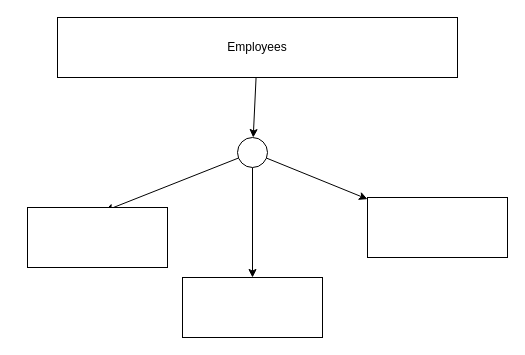
Above: Untitled Diagram.drawio in justrayn/test (draw.io), before the change. Source tidied: cells renumbered, new cells numbered last; positions are measured from the earlier drawing's top-left corner, leaving out a move shared by most shapes. Both pictures are drawn from the tidied source at 100%, with x=0, y=0 at pixel (27, 17).
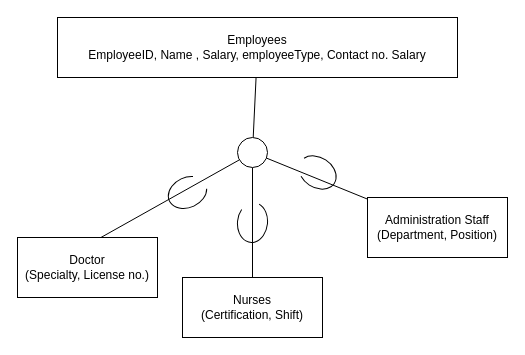
The same page after the edit.

Change to the diagram source:
```diff
@@
 <mxGraphModel>
   <root>
     <mxCell id="0" />
     <mxCell id="1" parent="0" />
-    <mxCell id="2" style="rounded=0;jettySize=auto;html=1;" parent="1" edge="1" source="3" target="7">
+    <mxCell id="2" style="rounded=0;jettySize=auto;html=1;endArrow=none;startFill=0;" parent="1" edge="1" source="3" target="7">
       <mxGeometry relative="1" as="geometry" />
     </mxCell>
-    <mxCell id="3" value="Employees" style="rounded=0;whiteSpace=wrap;html=1;" parent="1" vertex="1">
+    <mxCell id="3" value="Employees&lt;div&gt;EmployeeID, Name , Salary, employeeType, Contact no. Salary&lt;/div&gt;" style="rounded=0;whiteSpace=wrap;html=1;" parent="1" vertex="1">
       <mxGeometry x="30" width="400" height="60" as="geometry" />
     </mxCell>
-    <mxCell id="4" style="rounded=0;jettySize=auto;html=1;entryX=0.553;entryY=0.056;entryDx=0;entryDy=0;entryPerimeter=0;" parent="1" edge="1" source="7" target="8">
+    <mxCell id="4" style="rounded=0;jettySize=auto;html=1;entryX=0.553;entryY=0.056;entryDx=0;entryDy=0;entryPerimeter=0;endArrow=none;startFill=0;" parent="1" edge="1" source="7" target="8">
       <mxGeometry relative="1" as="geometry" />
     </mxCell>
-    <mxCell id="5" style="rounded=0;jettySize=auto;html=1;" parent="1" edge="1" source="7" target="9">
+    <mxCell id="5" style="rounded=0;jettySize=auto;html=1;endArrow=none;startFill=0;" parent="1" edge="1" source="7" target="9">
       <mxGeometry relative="1" as="geometry" />
     </mxCell>
-    <mxCell id="6" style="rounded=0;jettySize=auto;html=1;" parent="1" edge="1" source="7" target="10">
+    <mxCell id="6" style="rounded=0;jettySize=auto;html=1;endArrow=none;startFill=0;" parent="1" edge="1" source="7" target="10">
       <mxGeometry relative="1" as="geometry" />
     </mxCell>
     <mxCell id="7" style="ellipse;whiteSpace=wrap;html=1;" parent="1" vertex="1">
       <mxGeometry x="210" y="120" width="30" height="30" as="geometry" />
     </mxCell>
-    <mxCell id="8" style="rounded=0;whiteSpace=wrap;html=1;" parent="1" vertex="1">
-      <mxGeometry y="190" width="140" height="60" as="geometry" />
+    <mxCell id="8" value="Doctor&lt;div&gt;(Specialty, License no.)&lt;/div&gt;" style="rounded=0;whiteSpace=wrap;html=1;" parent="1" vertex="1">
+      <mxGeometry x="-10" y="220" width="140" height="60" as="geometry" />
     </mxCell>
-    <mxCell id="9" style="rounded=0;whiteSpace=wrap;html=1;" parent="1" vertex="1">
+    <mxCell id="9" value="Nurses&lt;div&gt;(Certification, Shift)&lt;/div&gt;" style="rounded=0;whiteSpace=wrap;html=1;" parent="1" vertex="1">
       <mxGeometry x="155" y="260" width="140" height="60" as="geometry" />
     </mxCell>
-    <mxCell id="10" style="rounded=0;whiteSpace=wrap;html=1;" parent="1" vertex="1">
+    <mxCell id="10" value="Administration Staff&lt;div&gt;(Department, Position)&lt;/div&gt;" style="rounded=0;whiteSpace=wrap;html=1;" parent="1" vertex="1">
       <mxGeometry x="340" y="180" width="140" height="60" as="geometry" />
     </mxCell>
+    <mxCell id="11" style="verticalLabelPosition=bottom;verticalAlign=top;html=1;shape=mxgraph.basic.arc;startAngle=0.3;endAngle=0.1;rotation=-25;" parent="1" vertex="1">
+      <mxGeometry x="140" y="160" width="40" height="30" as="geometry" />
+    </mxCell>
+    <mxCell id="12" style="verticalLabelPosition=bottom;verticalAlign=top;html=1;shape=mxgraph.basic.arc;startAngle=0.3;endAngle=0.1;rotation=-84;" parent="1" vertex="1">
+      <mxGeometry x="205" y="190" width="40" height="30" as="geometry" />
+    </mxCell>
+    <mxCell id="13" style="verticalLabelPosition=bottom;verticalAlign=top;html=1;shape=mxgraph.basic.arc;startAngle=0.3;endAngle=0.1;rotation=-147;" parent="1" vertex="1">
+      <mxGeometry x="270" y="140" width="40" height="30" as="geometry" />
+    </mxCell>
   </root>
 </mxGraphModel>
```
